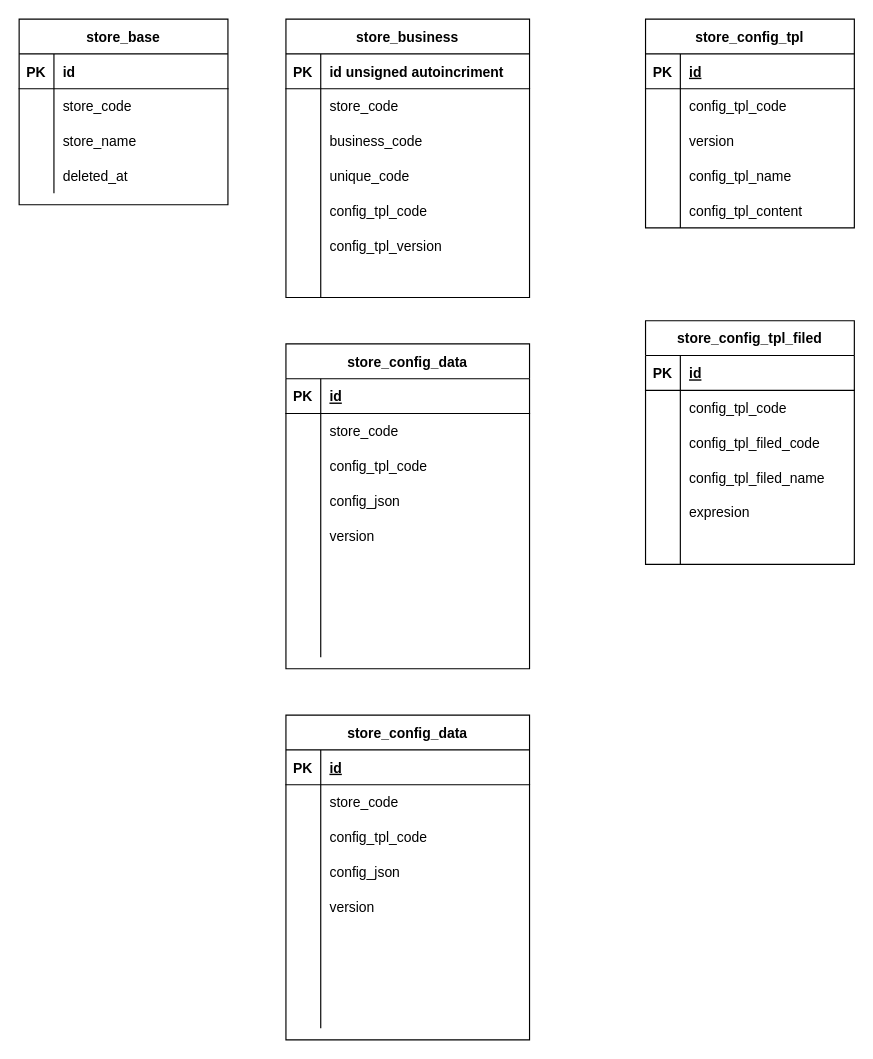
Above: Untitled Diagram.drawio in supermanhss/php-ini (draw.io), before the change. Source tidied: cells renumbered, new cells numbered last; positions are measured from the earlier drawing's top-left corner, leaving out a move shared by most shapes. Both pictures are drawn from the tidied source at 116%, with x=0, y=0 at pixel (19, 19).
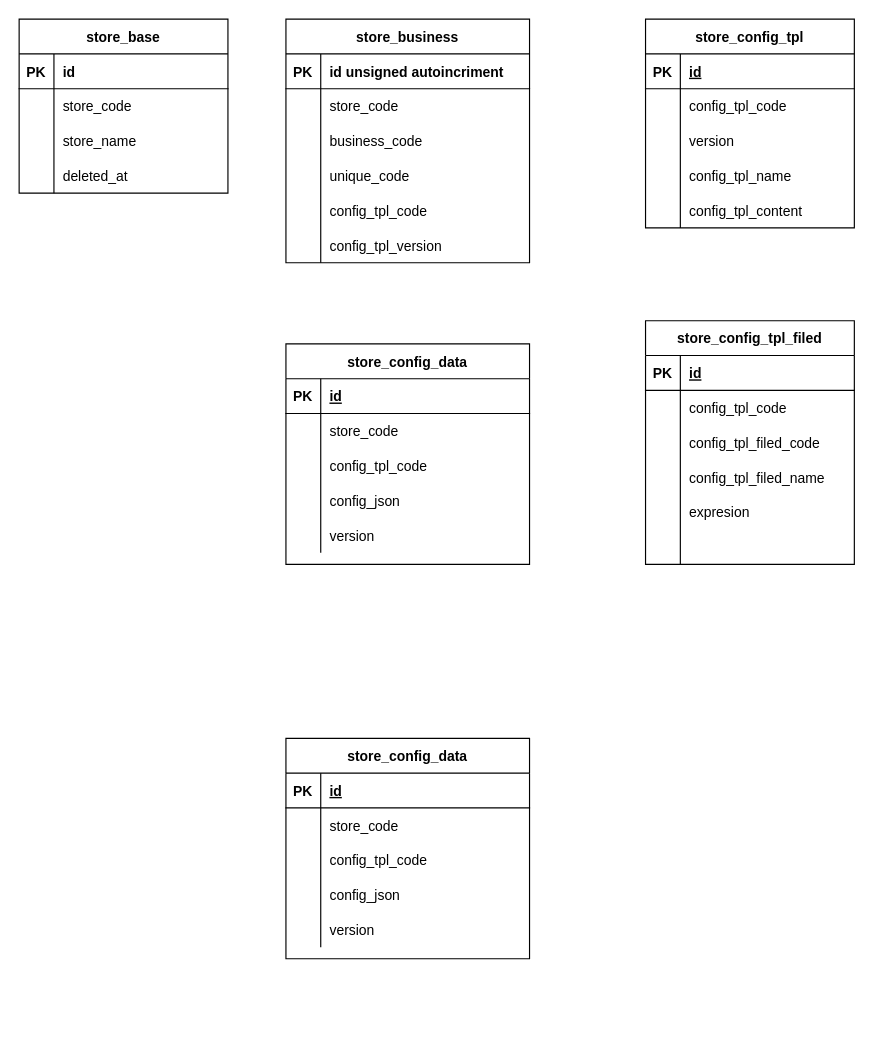
After the change.

What changed in the source:
```diff
@@
     <mxCell id="2" value="store_base" style="shape=table;startSize=30;childLayout=tableLayout;rowLines=0;fontStyle=1;align=center;" parent="1" vertex="1">
-      <mxGeometry width="180" height="160" as="geometry" />
+      <mxGeometry width="180" height="150" as="geometry" />
     </mxCell>
@@
     <mxCell id="15" value="store_business" style="shape=table;startSize=30;childLayout=tableLayout;rowLines=0;fontStyle=1;align=center;" parent="1" vertex="1">
-      <mxGeometry x="230" width="210" height="240" as="geometry" />
+      <mxGeometry x="230" width="210" height="210" as="geometry" />
     </mxCell>
@@
-    <mxCell id="34" style="shape=partialRectangle;fillColor=none;top=0;left=0;bottom=0;right=0;" parent="15" vertex="1">
-      <mxGeometry y="210" width="210" height="30" as="geometry" />
-    </mxCell>
-    <mxCell id="35" style="shape=partialRectangle;fillColor=none;top=0;left=0;bottom=0;right=0;overflow=hidden;" parent="34" vertex="1">
-      <mxGeometry width="30" height="30" as="geometry" />
-    </mxCell>
-    <mxCell id="36" style="shape=partialRectangle;fillColor=none;top=0;left=0;bottom=0;right=0;align=left;spacingLeft=6;overflow=hidden;" parent="34" vertex="1">
-      <mxGeometry x="30" width="180" height="30" as="geometry" />
-    </mxCell>
@@
     <mxCell id="53" value="store_config_data" style="shape=table;startSize=30;childLayout=tableLayout;rowLines=0;fontStyle=1;align=center;" parent="1" vertex="1">
-      <mxGeometry x="230" y="280" width="210" height="280" as="geometry" />
+      <mxGeometry x="230" y="280" width="210" height="190" as="geometry" />
     </mxCell>
@@
-    <mxCell id="69" style="shape=partialRectangle;fillColor=none;top=0;left=0;bottom=0;right=0;" parent="53" vertex="1">
-      <mxGeometry y="180" width="210" height="30" as="geometry" />
-    </mxCell>
-    <mxCell id="70" style="shape=partialRectangle;fillColor=none;top=0;left=0;bottom=0;right=0;overflow=hidden;" parent="69" vertex="1">
-      <mxGeometry width="30" height="30" as="geometry" />
-    </mxCell>
-    <mxCell id="71" style="shape=partialRectangle;fillColor=none;top=0;left=0;bottom=0;right=0;align=left;spacingLeft=6;overflow=hidden;" parent="69" vertex="1">
-      <mxGeometry x="30" width="180" height="30" as="geometry" />
-    </mxCell>
-    <mxCell id="72" style="shape=partialRectangle;fillColor=none;top=0;left=0;bottom=0;right=0;" parent="53" vertex="1">
-      <mxGeometry y="210" width="210" height="30" as="geometry" />
-    </mxCell>
-    <mxCell id="73" style="shape=partialRectangle;fillColor=none;top=0;left=0;bottom=0;right=0;overflow=hidden;" parent="72" vertex="1">
-      <mxGeometry width="30" height="30" as="geometry" />
-    </mxCell>
-    <mxCell id="74" style="shape=partialRectangle;fillColor=none;top=0;left=0;bottom=0;right=0;align=left;spacingLeft=6;overflow=hidden;" parent="72" vertex="1">
-      <mxGeometry x="30" width="180" height="30" as="geometry" />
-    </mxCell>
-    <mxCell id="75" style="shape=partialRectangle;fillColor=none;top=0;left=0;bottom=0;right=0;" parent="53" vertex="1">
-      <mxGeometry y="240" width="210" height="30" as="geometry" />
-    </mxCell>
-    <mxCell id="76" style="shape=partialRectangle;fillColor=none;top=0;left=0;bottom=0;right=0;overflow=hidden;" parent="75" vertex="1">
-      <mxGeometry width="30" height="30" as="geometry" />
-    </mxCell>
-    <mxCell id="77" style="shape=partialRectangle;fillColor=none;top=0;left=0;bottom=0;right=0;align=left;spacingLeft=6;overflow=hidden;" parent="75" vertex="1">
-      <mxGeometry x="30" width="180" height="30" as="geometry" />
-    </mxCell>
@@
     <mxCell id="97" value="store_config_data" style="shape=table;startSize=30;childLayout=tableLayout;rowLines=0;fontStyle=1;align=center;" parent="1" vertex="1">
-      <mxGeometry x="230" y="600" width="210" height="280" as="geometry" />
+      <mxGeometry x="230" y="620" width="210" height="190" as="geometry" />
     </mxCell>
@@
-    <mxCell id="113" style="shape=partialRectangle;fillColor=none;top=0;left=0;bottom=0;right=0;" parent="97" vertex="1">
-      <mxGeometry y="180" width="210" height="30" as="geometry" />
-    </mxCell>
-    <mxCell id="114" style="shape=partialRectangle;fillColor=none;top=0;left=0;bottom=0;right=0;overflow=hidden;" parent="113" vertex="1">
-      <mxGeometry width="30" height="30" as="geometry" />
-    </mxCell>
-    <mxCell id="115" style="shape=partialRectangle;fillColor=none;top=0;left=0;bottom=0;right=0;align=left;spacingLeft=6;overflow=hidden;" parent="113" vertex="1">
-      <mxGeometry x="30" width="180" height="30" as="geometry" />
-    </mxCell>
-    <mxCell id="116" style="shape=partialRectangle;fillColor=none;top=0;left=0;bottom=0;right=0;" parent="97" vertex="1">
-      <mxGeometry y="210" width="210" height="30" as="geometry" />
-    </mxCell>
-    <mxCell id="117" style="shape=partialRectangle;fillColor=none;top=0;left=0;bottom=0;right=0;overflow=hidden;" parent="116" vertex="1">
-      <mxGeometry width="30" height="30" as="geometry" />
-    </mxCell>
-    <mxCell id="118" style="shape=partialRectangle;fillColor=none;top=0;left=0;bottom=0;right=0;align=left;spacingLeft=6;overflow=hidden;" parent="116" vertex="1">
-      <mxGeometry x="30" width="180" height="30" as="geometry" />
-    </mxCell>
-    <mxCell id="119" style="shape=partialRectangle;fillColor=none;top=0;left=0;bottom=0;right=0;" parent="97" vertex="1">
-      <mxGeometry y="240" width="210" height="30" as="geometry" />
-    </mxCell>
-    <mxCell id="120" style="shape=partialRectangle;fillColor=none;top=0;left=0;bottom=0;right=0;overflow=hidden;" parent="119" vertex="1">
-      <mxGeometry width="30" height="30" as="geometry" />
-    </mxCell>
-    <mxCell id="121" style="shape=partialRectangle;fillColor=none;top=0;left=0;bottom=0;right=0;align=left;spacingLeft=6;overflow=hidden;" parent="119" vertex="1">
-      <mxGeometry x="30" width="180" height="30" as="geometry" />
-    </mxCell>
```
